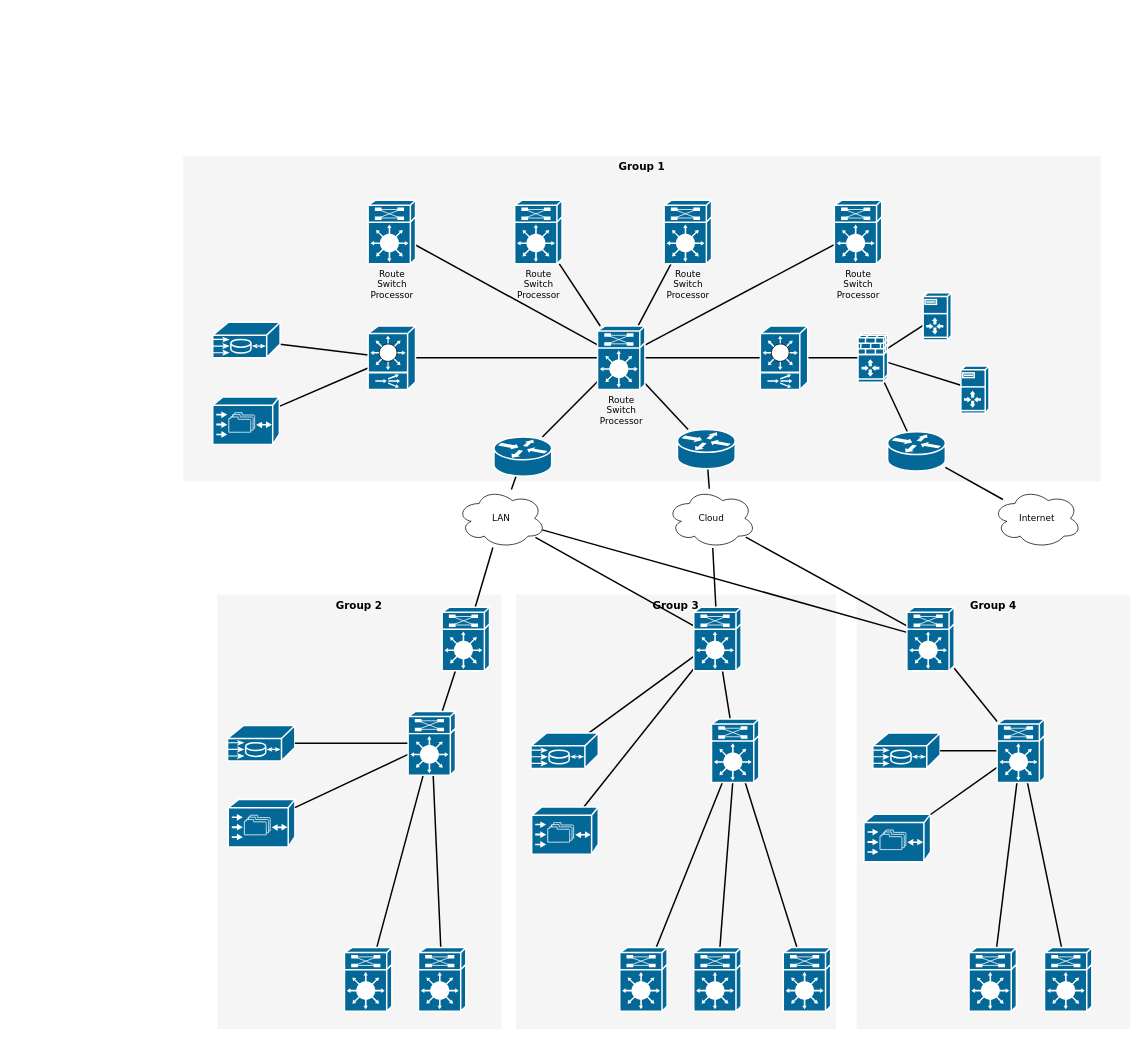
Earlier version of the draw.io diagram Kifer.drawio (nhackl/Draw.io). Source tidied: cells renumbered, new cells numbered last; positions are measured from the earlier drawing's top-left corner, leaving out a move shared by most shapes. Both pictures are drawn from the tidied source at 74%, with x=0, y=0 at pixel (183, 155).
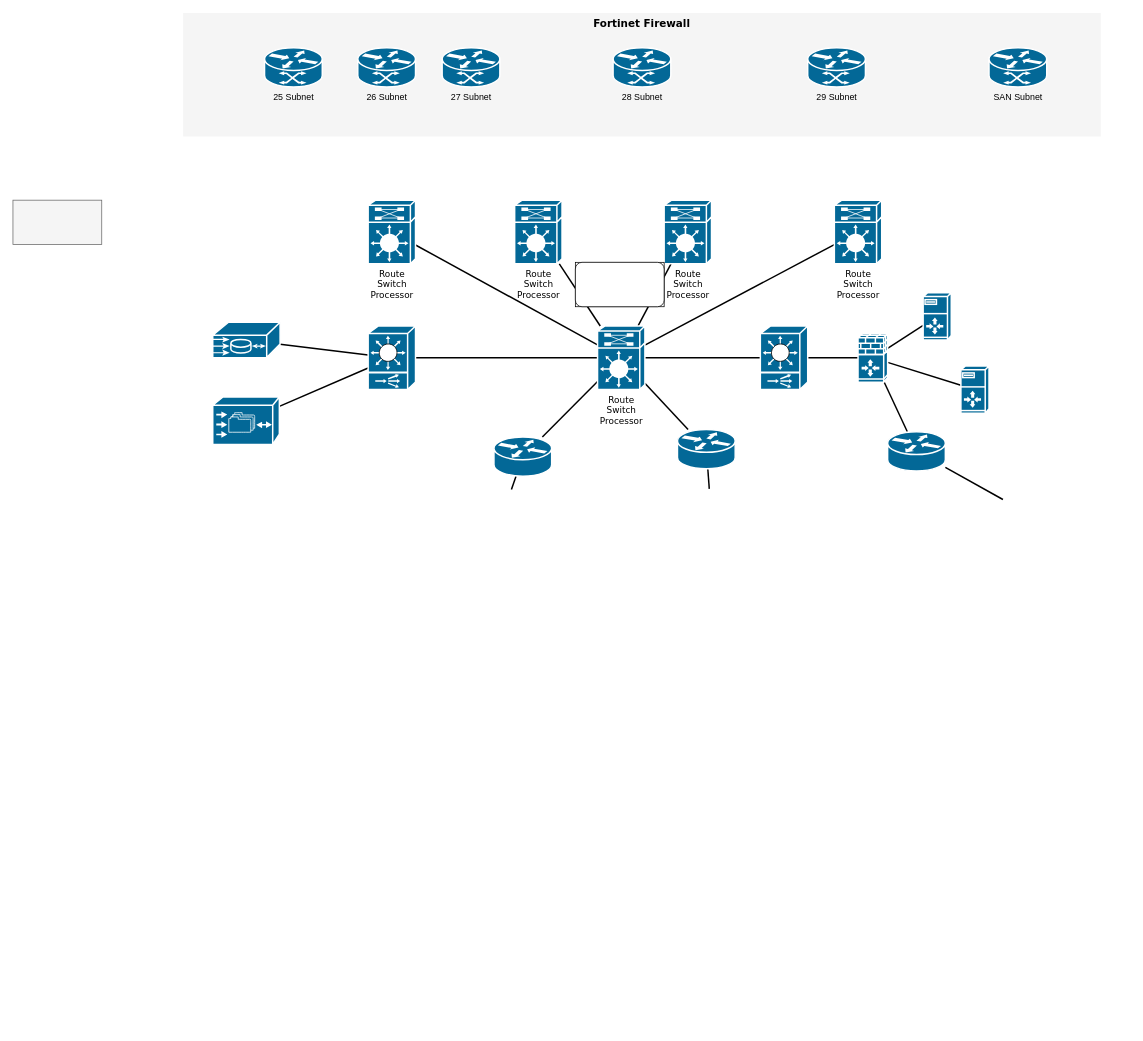
The same diagram, later.

Unchanged cells that the change refers to:
```xml
<mxCell id="76" style="shape=mxgraph.cisco.routers.router;html=1;dashed=0;fillColor=#036897;strokeColor=#ffffff;strokeWidth=2;verticalLabelPosition=bottom;verticalAlign=top;rounded=0;shadow=0;comic=0;fontFamily=Verdana;fontSize=12;" parent="1" vertex="1">
  <mxGeometry x="420" y="380" width="78" height="53" as="geometry" />
</mxCell>
<mxCell id="78" style="shape=mxgraph.cisco.routers.router;html=1;dashed=0;fillColor=#036897;strokeColor=#ffffff;strokeWidth=2;verticalLabelPosition=bottom;verticalAlign=top;rounded=0;shadow=0;comic=0;fontFamily=Verdana;fontSize=12;" parent="1" vertex="1">
  <mxGeometry x="668" y="370" width="78" height="53" as="geometry" />
</mxCell>
<mxCell id="80" style="shape=mxgraph.cisco.routers.router;html=1;dashed=0;fillColor=#036897;strokeColor=#ffffff;strokeWidth=2;verticalLabelPosition=bottom;verticalAlign=top;rounded=0;shadow=0;comic=0;fontFamily=Verdana;fontSize=12;" parent="1" vertex="1">
  <mxGeometry x="952" y="373" width="78" height="53" as="geometry" />
</mxCell>
```

The edit, as a diff of the source:
```diff
@@
-    <mxCell id="2" value="Group 1" style="whiteSpace=wrap;html=1;rounded=0;shadow=0;comic=0;strokeWidth=1;fontFamily=Verdana;fontSize=14;fillColor=#f5f5f5;strokeColor=none;verticalAlign=top;fontStyle=1;" parent="1" vertex="1">
-      <mxGeometry width="1240" height="440" as="geometry" />
+    <mxCell id="2" value="Fortinet Firewall" style="whiteSpace=wrap;html=1;rounded=0;shadow=0;comic=0;strokeWidth=1;fontFamily=Verdana;fontSize=14;fillColor=#f5f5f5;strokeColor=none;verticalAlign=top;fontStyle=1;" parent="1" vertex="1">
+      <mxGeometry y="-193" width="1240" height="167" as="geometry" />
     </mxCell>
-    <mxCell id="3" value="Group 4" style="whiteSpace=wrap;html=1;rounded=0;shadow=0;comic=0;strokeWidth=1;fontFamily=Verdana;fontSize=14;fillColor=#f5f5f5;strokeColor=none;fontStyle=1;verticalAlign=top;" parent="1" vertex="1">
-      <mxGeometry x="910" y="593" width="370" height="587" as="geometry" />
-    </mxCell>
-    <mxCell id="4" value="Group 3" style="whiteSpace=wrap;html=1;rounded=0;shadow=0;comic=0;strokeWidth=1;fontFamily=Verdana;fontSize=14;fillColor=#f5f5f5;strokeColor=none;fontStyle=1;verticalAlign=top;" parent="1" vertex="1">
-      <mxGeometry x="450" y="593" width="432" height="587" as="geometry" />
-    </mxCell>
-    <mxCell id="5" value="Group 2" style="whiteSpace=wrap;html=1;rounded=0;shadow=0;comic=0;strokeWidth=1;fontFamily=Verdana;fontSize=14;fillColor=#f5f5f5;strokeColor=none;fontStyle=1;verticalAlign=top;" parent="1" vertex="1">
-      <mxGeometry x="46" y="593" width="384" height="587" as="geometry" />
-    </mxCell>
@@
-    <mxCell id="32" style="edgeStyle=none;html=1;labelBackgroundColor=none;startFill=0;endArrow=none;endFill=0;strokeWidth=2;fontFamily=Verdana;fontSize=12;" parent="1" edge="1" source="35" target="41">
-      <mxGeometry relative="1" as="geometry" />
-    </mxCell>
-    <mxCell id="33" style="edgeStyle=none;html=1;labelBackgroundColor=none;startFill=0;endArrow=none;endFill=0;strokeWidth=2;fontFamily=Verdana;fontSize=12;" parent="1" edge="1" source="35" target="45">
-      <mxGeometry relative="1" as="geometry" />
-    </mxCell>
-    <mxCell id="34" style="edgeStyle=none;html=1;labelBackgroundColor=none;startFill=0;endArrow=none;endFill=0;strokeWidth=2;fontFamily=Verdana;fontSize=12;" parent="1" edge="1" source="35" target="47">
-      <mxGeometry relative="1" as="geometry" />
-    </mxCell>
-    <mxCell id="35" value="LAN" style="ellipse;shape=cloud;whiteSpace=wrap;html=1;rounded=0;shadow=0;comic=0;strokeWidth=1;fontFamily=Verdana;fontSize=12;" parent="1" vertex="1">
-      <mxGeometry x="370" y="450" width="120" height="80" as="geometry" />
-    </mxCell>
-    <mxCell id="36" style="edgeStyle=none;html=1;labelBackgroundColor=none;startFill=0;endArrow=none;endFill=0;strokeWidth=2;fontFamily=Verdana;fontSize=12;" parent="1" edge="1" source="38" target="45">
-      <mxGeometry relative="1" as="geometry" />
-    </mxCell>
-    <mxCell id="37" style="edgeStyle=none;html=1;labelBackgroundColor=none;startFill=0;endArrow=none;endFill=0;strokeWidth=2;fontFamily=Verdana;fontSize=12;" parent="1" edge="1" source="38" target="47">
-      <mxGeometry relative="1" as="geometry" />
-    </mxCell>
-    <mxCell id="38" value="Cloud" style="ellipse;shape=cloud;whiteSpace=wrap;html=1;rounded=0;shadow=0;comic=0;strokeWidth=1;fontFamily=Verdana;fontSize=12;" parent="1" vertex="1">
-      <mxGeometry x="654" y="450" width="120" height="80" as="geometry" />
-    </mxCell>
-    <mxCell id="39" value="Internet" style="ellipse;shape=cloud;whiteSpace=wrap;html=1;rounded=0;shadow=0;comic=0;strokeWidth=1;fontFamily=Verdana;fontSize=12;" parent="1" vertex="1">
-      <mxGeometry x="1094" y="450" width="120" height="80" as="geometry" />
-    </mxCell>
-    <mxCell id="40" style="edgeStyle=none;html=1;labelBackgroundColor=none;startFill=0;endArrow=none;endFill=0;strokeWidth=2;fontFamily=Verdana;fontSize=12;" parent="1" edge="1" source="41" target="54">
-      <mxGeometry relative="1" as="geometry" />
-    </mxCell>
-    <mxCell id="41" style="shape=mxgraph.cisco.misc.route_switch_processor;html=1;dashed=0;fillColor=#036897;strokeColor=#ffffff;strokeWidth=2;verticalLabelPosition=bottom;verticalAlign=top;rounded=0;shadow=0;comic=0;fontFamily=Verdana;fontSize=12;" parent="1" vertex="1">
-      <mxGeometry x="350" y="610" width="64" height="86" as="geometry" />
-    </mxCell>
-    <mxCell id="42" style="edgeStyle=none;html=1;labelBackgroundColor=none;startFill=0;endArrow=none;endFill=0;strokeWidth=2;fontFamily=Verdana;fontSize=12;" parent="1" edge="1" source="45" target="60">
-      <mxGeometry relative="1" as="geometry" />
-    </mxCell>
-    <mxCell id="43" style="edgeStyle=none;html=1;labelBackgroundColor=none;startFill=0;endArrow=none;endFill=0;strokeWidth=2;fontFamily=Verdana;fontSize=12;" parent="1" edge="1" source="45" target="55">
-      <mxGeometry relative="1" as="geometry" />
-    </mxCell>
-    <mxCell id="44" style="edgeStyle=none;html=1;labelBackgroundColor=none;startFill=0;endArrow=none;endFill=0;strokeWidth=2;fontFamily=Verdana;fontSize=12;" parent="1" edge="1" source="45" target="56">
-      <mxGeometry relative="1" as="geometry" />
-    </mxCell>
-    <mxCell id="45" style="shape=mxgraph.cisco.misc.route_switch_processor;html=1;dashed=0;fillColor=#036897;strokeColor=#ffffff;strokeWidth=2;verticalLabelPosition=bottom;verticalAlign=top;rounded=0;shadow=0;comic=0;fontFamily=Verdana;fontSize=12;" parent="1" vertex="1">
-      <mxGeometry x="690" y="610" width="64" height="86" as="geometry" />
-    </mxCell>
-    <mxCell id="46" style="edgeStyle=none;html=1;labelBackgroundColor=none;startFill=0;endArrow=none;endFill=0;strokeWidth=2;fontFamily=Verdana;fontSize=12;" parent="1" edge="1" source="47" target="67">
-      <mxGeometry relative="1" as="geometry" />
-    </mxCell>
-    <mxCell id="47" style="shape=mxgraph.cisco.misc.route_switch_processor;html=1;dashed=0;fillColor=#036897;strokeColor=#ffffff;strokeWidth=2;verticalLabelPosition=bottom;verticalAlign=top;rounded=0;shadow=0;comic=0;fontFamily=Verdana;fontSize=12;" parent="1" vertex="1">
-      <mxGeometry x="978" y="610" width="64" height="86" as="geometry" />
-    </mxCell>
-    <mxCell id="48" style="shape=mxgraph.cisco.misc.me1100;html=1;dashed=0;fillColor=#036897;strokeColor=#ffffff;strokeWidth=2;verticalLabelPosition=bottom;verticalAlign=top;rounded=0;shadow=0;comic=0;fontFamily=Verdana;fontSize=12;" parent="1" vertex="1">
-      <mxGeometry x="60" y="770" width="91" height="48" as="geometry" />
-    </mxCell>
-    <mxCell id="49" style="shape=mxgraph.cisco.storage.cisco_file_engine;html=1;dashed=0;fillColor=#036897;strokeColor=#ffffff;strokeWidth=2;verticalLabelPosition=bottom;verticalAlign=top;rounded=0;shadow=0;comic=0;fontFamily=Verdana;fontSize=12;" parent="1" vertex="1">
-      <mxGeometry x="61" y="870" width="90" height="64" as="geometry" />
-    </mxCell>
-    <mxCell id="50" style="edgeStyle=none;html=1;labelBackgroundColor=none;startFill=0;endArrow=none;endFill=0;strokeWidth=2;fontFamily=Verdana;fontSize=12;" parent="1" edge="1" source="54" target="48">
-      <mxGeometry relative="1" as="geometry" />
-    </mxCell>
-    <mxCell id="51" style="edgeStyle=none;html=1;labelBackgroundColor=none;startFill=0;endArrow=none;endFill=0;strokeWidth=2;fontFamily=Verdana;fontSize=12;" parent="1" edge="1" source="54" target="49">
-      <mxGeometry relative="1" as="geometry" />
-    </mxCell>
-    <mxCell id="52" style="edgeStyle=none;html=1;labelBackgroundColor=none;startFill=0;endArrow=none;endFill=0;strokeWidth=2;fontFamily=Verdana;fontSize=12;" parent="1" edge="1" source="54" target="69">
-      <mxGeometry relative="1" as="geometry" />
-    </mxCell>
-    <mxCell id="53" style="edgeStyle=none;html=1;labelBackgroundColor=none;startFill=0;endArrow=none;endFill=0;strokeWidth=2;fontFamily=Verdana;fontSize=12;" parent="1" edge="1" source="54" target="68">
-      <mxGeometry relative="1" as="geometry" />
-    </mxCell>
-    <mxCell id="54" style="shape=mxgraph.cisco.misc.route_switch_processor;html=1;dashed=0;fillColor=#036897;strokeColor=#ffffff;strokeWidth=2;verticalLabelPosition=bottom;verticalAlign=top;rounded=0;shadow=0;comic=0;fontFamily=Verdana;fontSize=12;" parent="1" vertex="1">
-      <mxGeometry x="304" y="751" width="64" height="86" as="geometry" />
-    </mxCell>
-    <mxCell id="55" style="shape=mxgraph.cisco.misc.me1100;html=1;dashed=0;fillColor=#036897;strokeColor=#ffffff;strokeWidth=2;verticalLabelPosition=bottom;verticalAlign=top;rounded=0;shadow=0;comic=0;fontFamily=Verdana;fontSize=12;" parent="1" vertex="1">
-      <mxGeometry x="470" y="780" width="91" height="48" as="geometry" />
-    </mxCell>
-    <mxCell id="56" style="shape=mxgraph.cisco.storage.cisco_file_engine;html=1;dashed=0;fillColor=#036897;strokeColor=#ffffff;strokeWidth=2;verticalLabelPosition=bottom;verticalAlign=top;rounded=0;shadow=0;comic=0;fontFamily=Verdana;fontSize=12;" parent="1" vertex="1">
-      <mxGeometry x="471" y="880" width="90" height="64" as="geometry" />
-    </mxCell>
-    <mxCell id="57" style="edgeStyle=none;html=1;labelBackgroundColor=none;startFill=0;endArrow=none;endFill=0;strokeWidth=2;fontFamily=Verdana;fontSize=12;" parent="1" edge="1" source="60" target="72">
-      <mxGeometry relative="1" as="geometry" />
-    </mxCell>
-    <mxCell id="58" style="edgeStyle=none;html=1;labelBackgroundColor=none;startFill=0;endArrow=none;endFill=0;strokeWidth=2;fontFamily=Verdana;fontSize=12;" parent="1" edge="1" source="60" target="71">
-      <mxGeometry relative="1" as="geometry" />
-    </mxCell>
-    <mxCell id="59" style="edgeStyle=none;html=1;labelBackgroundColor=none;startFill=0;endArrow=none;endFill=0;strokeWidth=2;fontFamily=Verdana;fontSize=12;" parent="1" edge="1" source="60" target="70">
-      <mxGeometry relative="1" as="geometry" />
-    </mxCell>
-    <mxCell id="60" style="shape=mxgraph.cisco.misc.route_switch_processor;html=1;dashed=0;fillColor=#036897;strokeColor=#ffffff;strokeWidth=2;verticalLabelPosition=bottom;verticalAlign=top;rounded=0;shadow=0;comic=0;fontFamily=Verdana;fontSize=12;" parent="1" vertex="1">
-      <mxGeometry x="714" y="761" width="64" height="86" as="geometry" />
-    </mxCell>
-    <mxCell id="61" style="shape=mxgraph.cisco.misc.me1100;html=1;dashed=0;fillColor=#036897;strokeColor=#ffffff;strokeWidth=2;verticalLabelPosition=bottom;verticalAlign=top;rounded=0;shadow=0;comic=0;fontFamily=Verdana;fontSize=12;" parent="1" vertex="1">
-      <mxGeometry x="932" y="780" width="91" height="48" as="geometry" />
-    </mxCell>
-    <mxCell id="62" style="shape=mxgraph.cisco.storage.cisco_file_engine;html=1;dashed=0;fillColor=#036897;strokeColor=#ffffff;strokeWidth=2;verticalLabelPosition=bottom;verticalAlign=top;rounded=0;shadow=0;comic=0;fontFamily=Verdana;fontSize=12;" parent="1" vertex="1">
-      <mxGeometry x="920" y="890" width="90" height="64" as="geometry" />
-    </mxCell>
-    <mxCell id="63" style="edgeStyle=none;html=1;labelBackgroundColor=none;startFill=0;endArrow=none;endFill=0;strokeWidth=2;fontFamily=Verdana;fontSize=12;" parent="1" edge="1" source="67" target="61">
-      <mxGeometry relative="1" as="geometry" />
-    </mxCell>
-    <mxCell id="64" style="edgeStyle=none;html=1;labelBackgroundColor=none;startFill=0;endArrow=none;endFill=0;strokeWidth=2;fontFamily=Verdana;fontSize=12;" parent="1" edge="1" source="67" target="62">
-      <mxGeometry relative="1" as="geometry" />
-    </mxCell>
-    <mxCell id="65" style="edgeStyle=none;html=1;labelBackgroundColor=none;startFill=0;endArrow=none;endFill=0;strokeWidth=2;fontFamily=Verdana;fontSize=12;" parent="1" edge="1" source="67" target="74">
-      <mxGeometry relative="1" as="geometry" />
-    </mxCell>
-    <mxCell id="66" style="edgeStyle=none;html=1;labelBackgroundColor=none;startFill=0;endArrow=none;endFill=0;strokeWidth=2;fontFamily=Verdana;fontSize=12;" parent="1" edge="1" source="67" target="73">
-      <mxGeometry relative="1" as="geometry" />
-    </mxCell>
-    <mxCell id="67" style="shape=mxgraph.cisco.misc.route_switch_processor;html=1;dashed=0;fillColor=#036897;strokeColor=#ffffff;strokeWidth=2;verticalLabelPosition=bottom;verticalAlign=top;rounded=0;shadow=0;comic=0;fontFamily=Verdana;fontSize=12;" parent="1" vertex="1">
-      <mxGeometry x="1100" y="761" width="64" height="86" as="geometry" />
-    </mxCell>
-    <mxCell id="68" style="shape=mxgraph.cisco.misc.route_switch_processor;html=1;dashed=0;fillColor=#036897;strokeColor=#ffffff;strokeWidth=2;verticalLabelPosition=bottom;verticalAlign=top;rounded=0;shadow=0;comic=0;fontFamily=Verdana;fontSize=12;" parent="1" vertex="1">
-      <mxGeometry x="218" y="1070" width="64" height="86" as="geometry" />
-    </mxCell>
-    <mxCell id="69" style="shape=mxgraph.cisco.misc.route_switch_processor;html=1;dashed=0;fillColor=#036897;strokeColor=#ffffff;strokeWidth=2;verticalLabelPosition=bottom;verticalAlign=top;rounded=0;shadow=0;comic=0;fontFamily=Verdana;fontSize=12;" parent="1" vertex="1">
-      <mxGeometry x="318" y="1070" width="64" height="86" as="geometry" />
-    </mxCell>
-    <mxCell id="70" style="shape=mxgraph.cisco.misc.route_switch_processor;html=1;dashed=0;fillColor=#036897;strokeColor=#ffffff;strokeWidth=2;verticalLabelPosition=bottom;verticalAlign=top;rounded=0;shadow=0;comic=0;fontFamily=Verdana;fontSize=12;" parent="1" vertex="1">
-      <mxGeometry x="590" y="1070" width="64" height="86" as="geometry" />
-    </mxCell>
-    <mxCell id="71" style="shape=mxgraph.cisco.misc.route_switch_processor;html=1;dashed=0;fillColor=#036897;strokeColor=#ffffff;strokeWidth=2;verticalLabelPosition=bottom;verticalAlign=top;rounded=0;shadow=0;comic=0;fontFamily=Verdana;fontSize=12;" parent="1" vertex="1">
-      <mxGeometry x="690" y="1070" width="64" height="86" as="geometry" />
-    </mxCell>
-    <mxCell id="72" style="shape=mxgraph.cisco.misc.route_switch_processor;html=1;dashed=0;fillColor=#036897;strokeColor=#ffffff;strokeWidth=2;verticalLabelPosition=bottom;verticalAlign=top;rounded=0;shadow=0;comic=0;fontFamily=Verdana;fontSize=12;" parent="1" vertex="1">
-      <mxGeometry x="811" y="1070" width="64" height="86" as="geometry" />
-    </mxCell>
-    <mxCell id="73" style="shape=mxgraph.cisco.misc.route_switch_processor;html=1;dashed=0;fillColor=#036897;strokeColor=#ffffff;strokeWidth=2;verticalLabelPosition=bottom;verticalAlign=top;rounded=0;shadow=0;comic=0;fontFamily=Verdana;fontSize=12;" parent="1" vertex="1">
-      <mxGeometry x="1062" y="1070" width="64" height="86" as="geometry" />
-    </mxCell>
-    <mxCell id="74" style="shape=mxgraph.cisco.misc.route_switch_processor;html=1;dashed=0;fillColor=#036897;strokeColor=#ffffff;strokeWidth=2;verticalLabelPosition=bottom;verticalAlign=top;rounded=0;shadow=0;comic=0;fontFamily=Verdana;fontSize=12;" parent="1" vertex="1">
-      <mxGeometry x="1164" y="1070" width="64" height="86" as="geometry" />
-    </mxCell>
-    <mxCell id="75" style="edgeStyle=none;html=1;labelBackgroundColor=none;startFill=0;endArrow=none;endFill=0;strokeWidth=2;fontFamily=Verdana;fontSize=12;" parent="1" edge="1" source="76" target="35">
-      <mxGeometry relative="1" as="geometry" />
+    <mxCell id="75" style="edgeStyle=none;html=1;labelBackgroundColor=none;startFill=0;endArrow=none;endFill=0;strokeWidth=2;fontFamily=Verdana;fontSize=12;" parent="1" edge="1" source="76">
+      <mxGeometry relative="1" as="geometry">
+        <mxPoint x="443.6" y="451" as="targetPoint" />
+      </mxGeometry>
     </mxCell>
@@
-    <mxCell id="77" style="edgeStyle=none;html=1;labelBackgroundColor=none;startFill=0;endArrow=none;endFill=0;strokeWidth=2;fontFamily=Verdana;fontSize=12;" parent="1" edge="1" source="78" target="38">
-      <mxGeometry relative="1" as="geometry" />
+    <mxCell id="77" style="edgeStyle=none;html=1;labelBackgroundColor=none;startFill=0;endArrow=none;endFill=0;strokeWidth=2;fontFamily=Verdana;fontSize=12;" parent="1" edge="1" source="78">
+      <mxGeometry relative="1" as="geometry">
+        <mxPoint x="711" y="450.1" as="targetPoint" />
+      </mxGeometry>
     </mxCell>
@@
-    <mxCell id="79" style="edgeStyle=none;html=1;labelBackgroundColor=none;startFill=0;endArrow=none;endFill=0;strokeWidth=2;fontFamily=Verdana;fontSize=12;" parent="1" edge="1" source="80" target="39">
-      <mxGeometry relative="1" as="geometry" />
+    <mxCell id="79" style="edgeStyle=none;html=1;labelBackgroundColor=none;startFill=0;endArrow=none;endFill=0;strokeWidth=2;fontFamily=Verdana;fontSize=12;" parent="1" edge="1" source="80">
+      <mxGeometry relative="1" as="geometry">
+        <mxPoint x="1107.8" y="464.5" as="targetPoint" />
+      </mxGeometry>
     </mxCell>
@@
+    <mxCell id="81" value="25 Subnet" style="shape=mxgraph.cisco.routers.atm_router;sketch=0;html=1;dashed=0;fillColor=#036897;strokeColor=#ffffff;strokeWidth=2;verticalLabelPosition=bottom;verticalAlign=top;align=center;" parent="1" vertex="1">
+      <mxGeometry x="110" y="-146" width="78" height="53" as="geometry" />
+    </mxCell>
+    <mxCell id="82" style="rounded=0;whiteSpace=wrap;html=1;" parent="1" vertex="1">
+      <mxGeometry x="530" y="144" width="120" height="60" as="geometry" />
+    </mxCell>
+    <mxCell id="83" style="rounded=1;whiteSpace=wrap;html=1;" parent="1" vertex="1">
+      <mxGeometry x="530" y="144" width="120" height="60" as="geometry" />
+    </mxCell>
+    <mxCell id="84" style="rounded=0;whiteSpace=wrap;html=1;fillColor=#f5f5f5;fontColor=#333333;strokeColor=#666666;" parent="1" vertex="1">
+      <mxGeometry x="-230" y="60" width="120" height="60" as="geometry" />
+    </mxCell>
+    <mxCell id="85" value="27 Subnet" style="shape=mxgraph.cisco.routers.atm_router;sketch=0;html=1;dashed=0;fillColor=#036897;strokeColor=#ffffff;strokeWidth=2;verticalLabelPosition=bottom;verticalAlign=top;align=center;" parent="1" vertex="1">
+      <mxGeometry x="350" y="-146" width="78" height="53" as="geometry" />
+    </mxCell>
+    <mxCell id="86" value="28 Subnet" style="shape=mxgraph.cisco.routers.atm_router;sketch=0;html=1;dashed=0;fillColor=#036897;strokeColor=#ffffff;strokeWidth=2;verticalLabelPosition=bottom;verticalAlign=top;align=center;" parent="1" vertex="1">
+      <mxGeometry x="581" y="-146" width="78" height="53" as="geometry" />
+    </mxCell>
+    <mxCell id="87" value="29 Subnet" style="shape=mxgraph.cisco.routers.atm_router;sketch=0;html=1;dashed=0;fillColor=#036897;strokeColor=#ffffff;strokeWidth=2;verticalLabelPosition=bottom;verticalAlign=top;align=center;" parent="1" vertex="1">
+      <mxGeometry x="844" y="-146" width="78" height="53" as="geometry" />
+    </mxCell>
+    <mxCell id="88" value="SAN Subnet" style="shape=mxgraph.cisco.routers.atm_router;sketch=0;html=1;dashed=0;fillColor=#036897;strokeColor=#ffffff;strokeWidth=2;verticalLabelPosition=bottom;verticalAlign=top;align=center;" parent="1" vertex="1">
+      <mxGeometry x="1089" y="-146" width="78" height="53" as="geometry" />
+    </mxCell>
+    <mxCell id="89" value="26 Subnet" style="shape=mxgraph.cisco.routers.atm_router;sketch=0;html=1;dashed=0;fillColor=#036897;strokeColor=#ffffff;strokeWidth=2;verticalLabelPosition=bottom;verticalAlign=top;align=center;" parent="1" vertex="1">
+      <mxGeometry x="236" y="-146" width="78" height="53" as="geometry" />
+    </mxCell>
```
